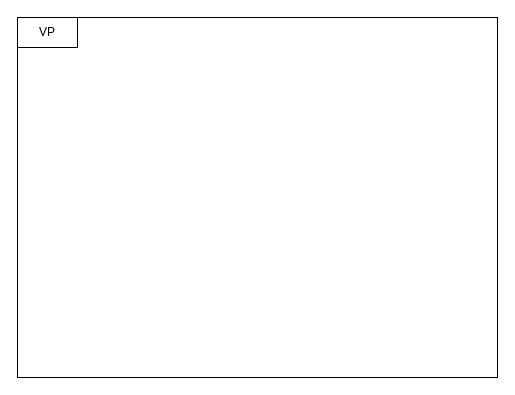
The draw.io diagram Stateview.drawio in Day-of-Wrath/Day-of-Wrath_drowio, before the edit. Source tidied: cells renumbered, new cells numbered last; positions are measured from the earlier drawing's top-left corner, leaving out a move shared by most shapes. Both pictures are drawn from the tidied source at 100%, with x=0, y=0 at pixel (17, 17).
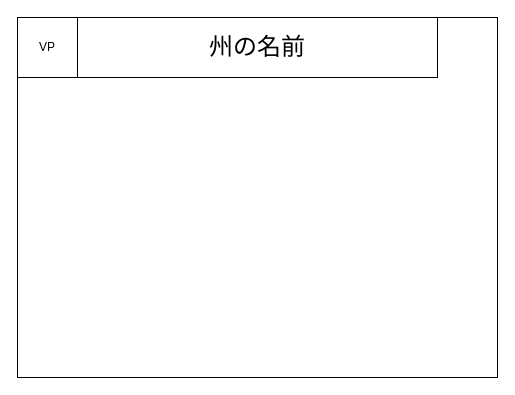
The same diagram, later.

Commit message (it also covers changes not shown here):
Stateview.drawio を更新します

The edit, as a diff of the source:
```diff
@@
 <mxGraphModel>
   <root>
     <mxCell id="0" />
     <mxCell id="1" parent="0" />
     <mxCell id="2" style="whiteSpace=wrap;html=1;" parent="1" vertex="1">
       <mxGeometry width="480" height="360" as="geometry" />
     </mxCell>
     <mxCell id="3" parent="0" />
     <mxCell id="4" value="VP" style="whiteSpace=wrap;html=1;" parent="3" vertex="1">
-      <mxGeometry width="60" height="30" as="geometry" />
+      <mxGeometry width="60" height="60" as="geometry" />
     </mxCell>
+    <mxCell id="5" value="&lt;font style=&quot;font-size: 24px;&quot;&gt;州の名前&lt;/font&gt;" style="whiteSpace=wrap;html=1;" parent="3" vertex="1">
+      <mxGeometry x="60" width="360" height="60" as="geometry" />
+    </mxCell>
   </root>
 </mxGraphModel>
```
